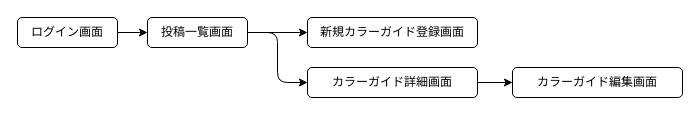
Earlier version of the draw.io diagram color_chart_STD.dio (Yuya7124/color_chart_connect). Source tidied: cells renumbered, new cells numbered last; positions are measured from the earlier drawing's top-left corner, leaving out a move shared by most shapes. Both pictures are drawn from the tidied source at 100%, with x=0, y=0 at pixel (17, 17).
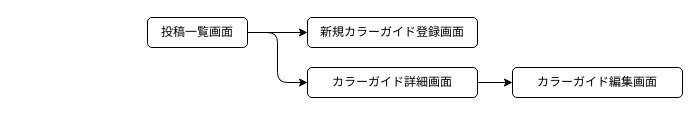
The same page after the edit.

Change to the diagram source:
```diff
@@
 <mxGraphModel>
   <root>
     <mxCell id="0" />
     <mxCell id="1" parent="0" />
     <mxCell id="2" style="edgeStyle=none;html=1;" parent="1" edge="1" source="4" target="5">
       <mxGeometry relative="1" as="geometry" />
     </mxCell>
     <mxCell id="3" style="edgeStyle=none;html=1;entryX=0;entryY=0.5;entryDx=0;entryDy=0;" parent="1" edge="1" source="4" target="7">
       <mxGeometry relative="1" as="geometry">
         <Array as="points">
           <mxPoint x="260" y="15" />
           <mxPoint x="260" y="65" />
         </Array>
       </mxGeometry>
     </mxCell>
     <mxCell id="4" value="投稿一覧画面" style="rounded=1;whiteSpace=wrap;html=1;labelBackgroundColor=none;labelBorderColor=none;" parent="1" vertex="1">
       <mxGeometry x="130" width="100" height="30" as="geometry" />
     </mxCell>
     <mxCell id="5" value="新規カラーガイド登録画面" style="rounded=1;whiteSpace=wrap;html=1;labelBackgroundColor=none;labelBorderColor=none;" parent="1" vertex="1">
       <mxGeometry x="290" width="170" height="30" as="geometry" />
     </mxCell>
     <mxCell id="6" style="edgeStyle=none;html=1;" parent="1" edge="1" source="7" target="8">
       <mxGeometry relative="1" as="geometry" />
     </mxCell>
     <mxCell id="7" value="カラーガイド詳細画面" style="rounded=1;whiteSpace=wrap;html=1;labelBackgroundColor=none;labelBorderColor=none;" parent="1" vertex="1">
       <mxGeometry x="290" y="50" width="170" height="30" as="geometry" />
     </mxCell>
     <mxCell id="8" value="カラーガイド編集画面" style="rounded=1;whiteSpace=wrap;html=1;labelBackgroundColor=none;labelBorderColor=none;" parent="1" vertex="1">
       <mxGeometry x="495" y="50" width="170" height="30" as="geometry" />
     </mxCell>
-    <mxCell id="9" style="edgeStyle=none;html=1;" parent="1" edge="1" source="10" target="4">
-      <mxGeometry relative="1" as="geometry" />
-    </mxCell>
-    <mxCell id="10" value="ログイン画面" style="rounded=1;whiteSpace=wrap;html=1;labelBackgroundColor=none;labelBorderColor=none;" parent="1" vertex="1">
-      <mxGeometry width="100" height="30" as="geometry" />
-    </mxCell>
   </root>
 </mxGraphModel>
```
